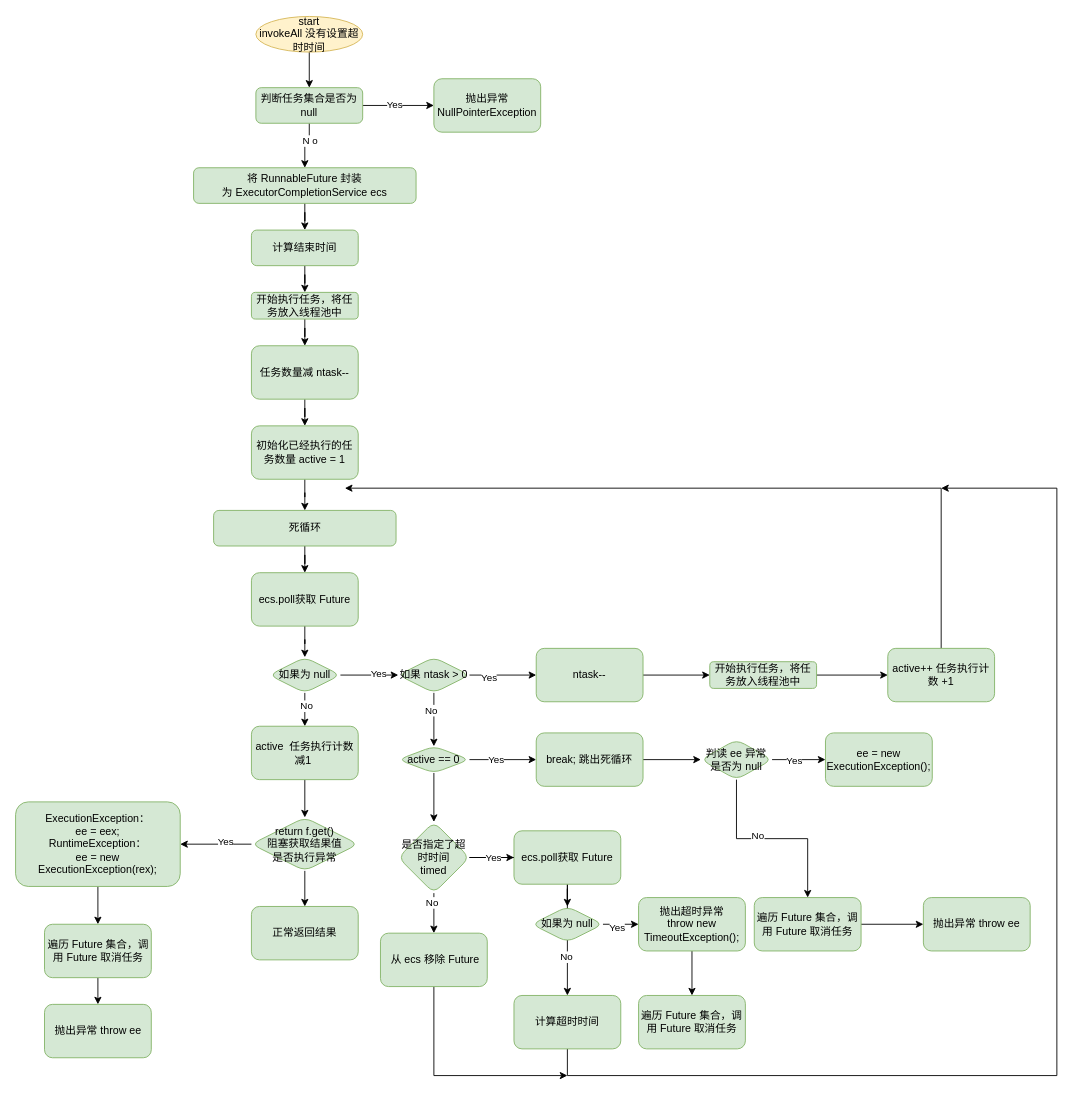
Above: utilsdemo/src/main/resources/FlowDiagram/AbstractExecutorService-invokeAny.drawio in an-1024/WorkUtil (draw.io), before the change. Source tidied: cells renumbered, new cells numbered last; positions are measured from the earlier drawing's top-left corner, leaving out a move shared by most shapes. Both pictures are drawn from the tidied source at 89%, with x=0, y=0 at pixel (15, 16).
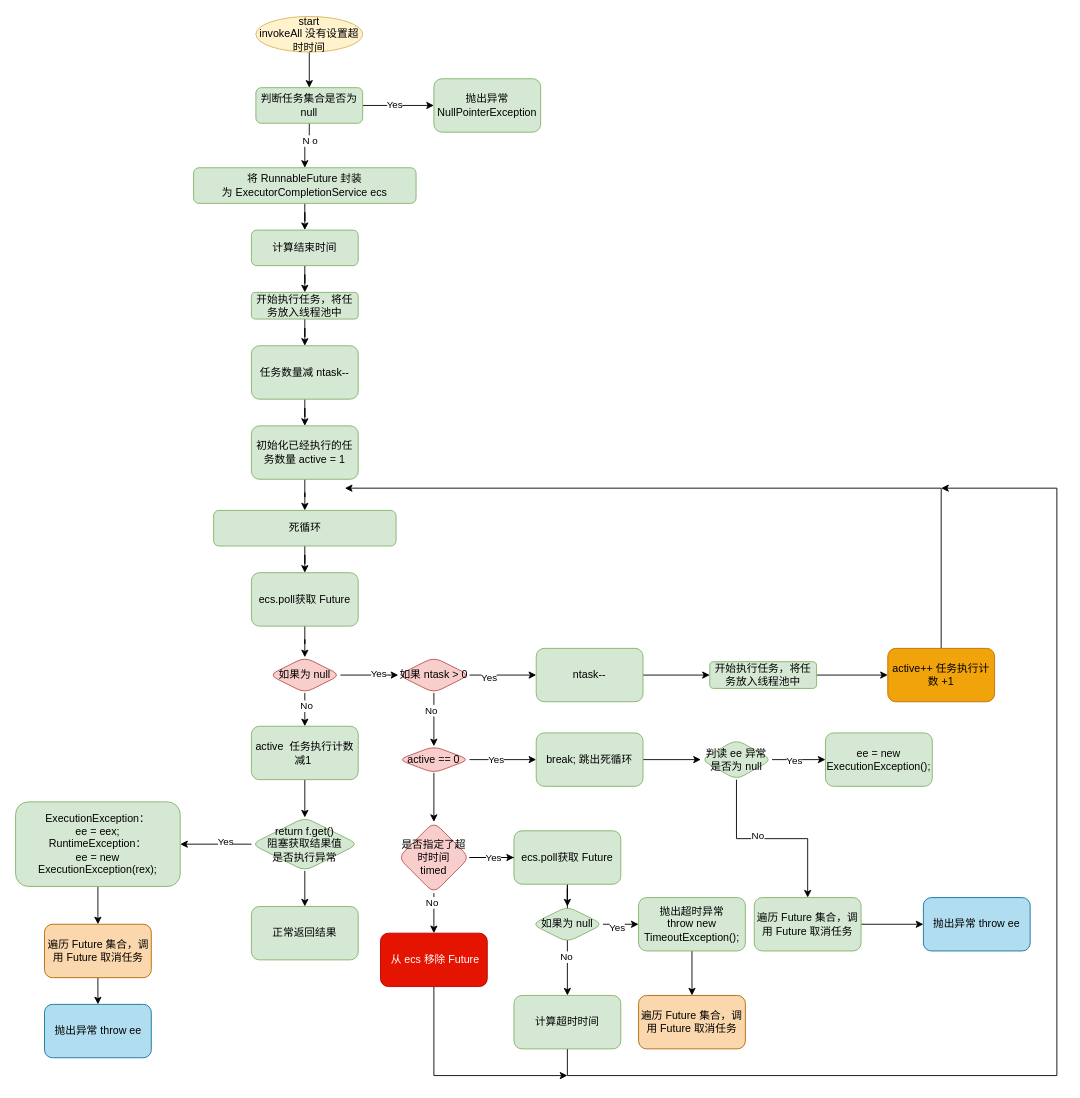
The same diagram, later.

Diff of the diagram source:
```diff
@@
-    <mxCell id="28" value="如果为 null" style="rhombus;whiteSpace=wrap;html=1;fillColor=#d5e8d4;strokeColor=#82b366;rounded=1;" parent="1" vertex="1">
+    <mxCell id="28" value="如果为 null" style="rhombus;whiteSpace=wrap;html=1;fillColor=#f8cecc;strokeColor=#b85450;rounded=1;" parent="1" vertex="1">
       <mxGeometry x="285" y="720" width="80" height="40" as="geometry" />
     </mxCell>
@@
-    <mxCell id="35" value="如果 ntask &amp;gt; 0" style="rhombus;whiteSpace=wrap;html=1;fillColor=#d5e8d4;strokeColor=#82b366;rounded=1;" parent="1" vertex="1">
+    <mxCell id="35" value="如果 ntask &amp;gt; 0" style="rhombus;whiteSpace=wrap;html=1;fillColor=#f8cecc;strokeColor=#b85450;rounded=1;" parent="1" vertex="1">
       <mxGeometry x="430" y="720" width="80" height="40" as="geometry" />
     </mxCell>
@@
-    <mxCell id="41" value="active == 0" style="rhombus;whiteSpace=wrap;html=1;fillColor=#d5e8d4;strokeColor=#82b366;rounded=1;" parent="1" vertex="1">
+    <mxCell id="41" value="active == 0" style="rhombus;whiteSpace=wrap;html=1;fillColor=#f8cecc;strokeColor=#b85450;rounded=1;" parent="1" vertex="1">
       <mxGeometry x="430" y="820" width="80" height="30" as="geometry" />
     </mxCell>
@@
-    <mxCell id="52" value="抛出异常 throw ee" style="whiteSpace=wrap;html=1;fillColor=#d5e8d4;strokeColor=#82b366;rounded=1;" parent="1" vertex="1">
+    <mxCell id="52" value="抛出异常 throw ee" style="whiteSpace=wrap;html=1;fillColor=#b1ddf0;strokeColor=#10739e;rounded=1;" parent="1" vertex="1">
       <mxGeometry x="1020" y="990" width="120" height="60" as="geometry" />
     </mxCell>
@@
-    <mxCell id="54" value="active++ 任务执行计数 +1" style="whiteSpace=wrap;html=1;fillColor=#d5e8d4;strokeColor=#82b366;rounded=1;" parent="1" vertex="1">
+    <mxCell id="54" value="active++ 任务执行计数 +1" style="whiteSpace=wrap;html=1;fillColor=#f0a30a;strokeColor=#BD7000;rounded=1;fontColor=#000000;" parent="1" vertex="1">
       <mxGeometry x="980" y="710" width="120" height="60" as="geometry" />
     </mxCell>
@@
-    <mxCell id="60" value="是否指定了超时时间&lt;br&gt;timed" style="rhombus;whiteSpace=wrap;html=1;fillColor=#d5e8d4;strokeColor=#82b366;rounded=1;" parent="1" vertex="1">
+    <mxCell id="60" value="是否指定了超时时间&lt;br&gt;timed" style="rhombus;whiteSpace=wrap;html=1;fillColor=#f8cecc;strokeColor=#b85450;rounded=1;" parent="1" vertex="1">
       <mxGeometry x="430" y="905" width="80" height="80" as="geometry" />
     </mxCell>
@@
-    <mxCell id="72" value="遍历 Future 集合，调用 Future 取消任务" style="whiteSpace=wrap;html=1;fillColor=#d5e8d4;strokeColor=#82b366;rounded=1;" parent="1" vertex="1">
+    <mxCell id="72" value="遍历 Future 集合，调用 Future 取消任务" style="whiteSpace=wrap;html=1;fillColor=#fad7ac;strokeColor=#b46504;rounded=1;" parent="1" vertex="1">
       <mxGeometry x="700" y="1100" width="120" height="60" as="geometry" />
     </mxCell>
@@
-    <mxCell id="74" value="&amp;nbsp;从 ecs 移除 Future" style="whiteSpace=wrap;html=1;fillColor=#d5e8d4;strokeColor=#82b366;rounded=1;" parent="1" vertex="1">
+    <mxCell id="74" value="&amp;nbsp;从 ecs 移除 Future" style="whiteSpace=wrap;html=1;fillColor=#e51400;strokeColor=#B20000;rounded=1;fontColor=#ffffff;" parent="1" vertex="1">
       <mxGeometry x="410" y="1030" width="120" height="60" as="geometry" />
     </mxCell>
@@
-    <mxCell id="84" value="遍历 Future 集合，调用 Future 取消任务" style="whiteSpace=wrap;html=1;fillColor=#d5e8d4;strokeColor=#82b366;rounded=1;" parent="1" vertex="1">
+    <mxCell id="84" value="遍历 Future 集合，调用 Future 取消任务" style="whiteSpace=wrap;html=1;fillColor=#fad7ac;strokeColor=#b46504;rounded=1;" parent="1" vertex="1">
       <mxGeometry x="32.5" y="1020" width="120" height="60" as="geometry" />
     </mxCell>
-    <mxCell id="85" value="抛出异常 throw ee" style="whiteSpace=wrap;html=1;fillColor=#d5e8d4;strokeColor=#82b366;rounded=1;" parent="1" vertex="1">
+    <mxCell id="85" value="抛出异常 throw ee" style="whiteSpace=wrap;html=1;fillColor=#b1ddf0;strokeColor=#10739e;rounded=1;" parent="1" vertex="1">
       <mxGeometry x="32.5" y="1110" width="120" height="60" as="geometry" />
     </mxCell>
```
